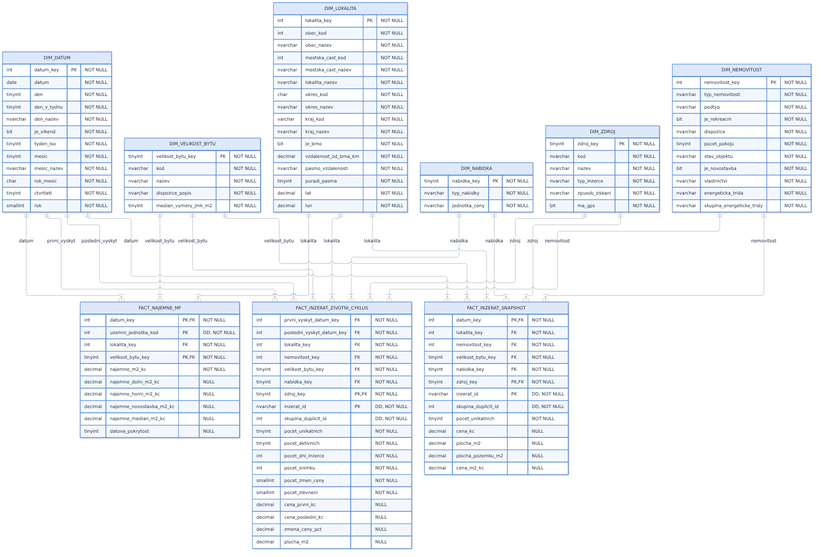
Before: docs/dimenzionalni-model/diagram_inzeraty.png, a diagram exported from Mermaid (pjunak/BIDS-data-scraper). Its source is kept beside it as docs/dimenzionalni-model/diagram_inzeraty.mmd.
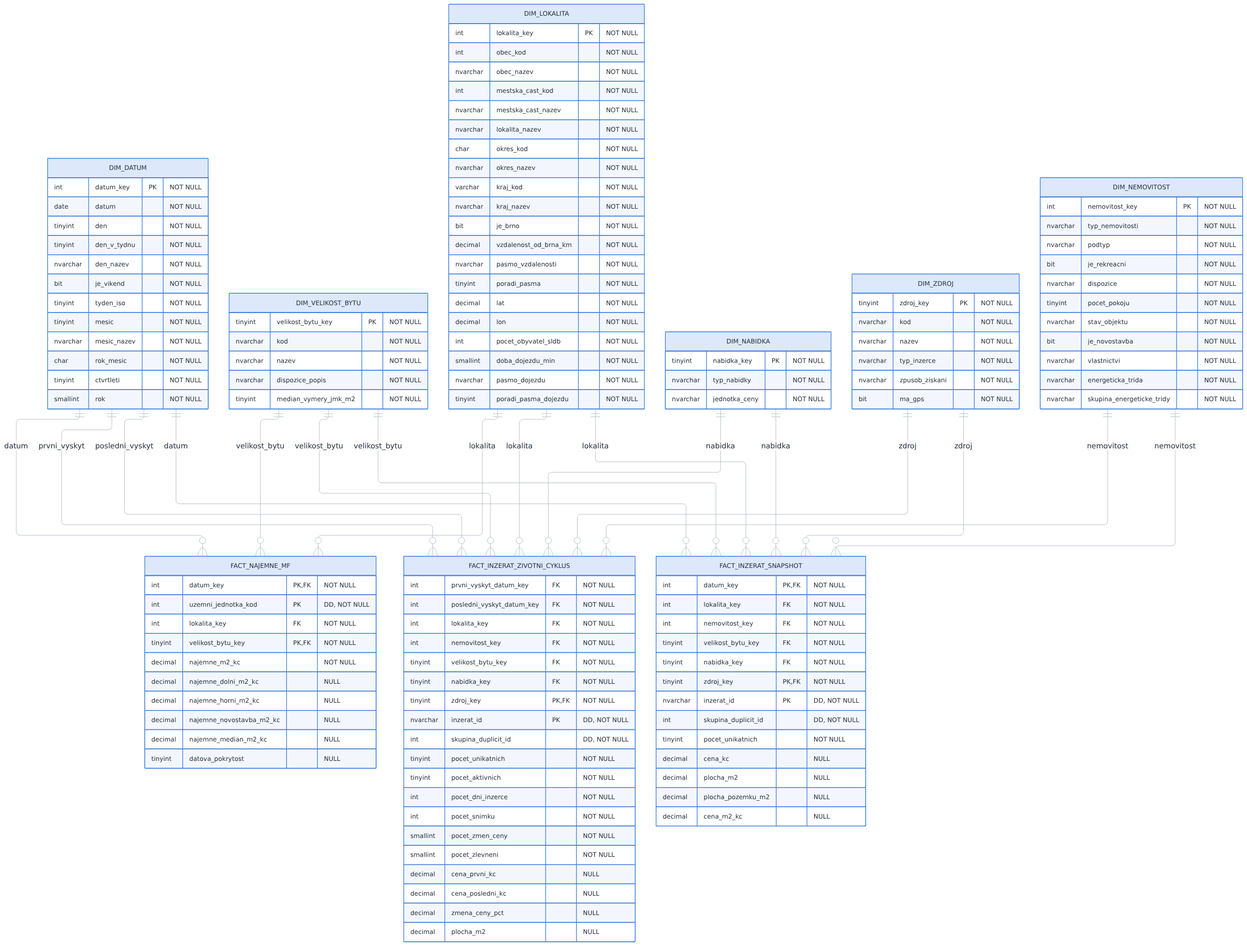
Later version of the same file.

What changed in the source:
```diff
@@ -30,6 +30,10 @@
         tinyint poradi_pasma "NOT NULL"
         decimal lat "NOT NULL"
         decimal lon "NOT NULL"
+        int pocet_obyvatel_sldb "NOT NULL"
+        smallint doba_dojezdu_min "NOT NULL"
+        nvarchar pasmo_dojezdu "NOT NULL"
+        tinyint poradi_pasma_dojezdu "NOT NULL"
     }
     DIM_VELIKOST_BYTU {
         tinyint velikost_bytu_key PK "NOT NULL"
@@ -112,19 +116,19 @@
         decimal najemne_median_m2_kc "NULL"
         tinyint datova_pokrytost "NULL"
     }
-    DIM_DATUM ||--|{ FACT_INZERAT_SNAPSHOT : "datum"
-    DIM_LOKALITA ||--|{ FACT_INZERAT_SNAPSHOT : "lokalita"
-    DIM_NEMOVITOST ||--|{ FACT_INZERAT_SNAPSHOT : "nemovitost"
-    DIM_VELIKOST_BYTU ||--|{ FACT_INZERAT_SNAPSHOT : "velikost_bytu"
-    DIM_NABIDKA ||--|{ FACT_INZERAT_SNAPSHOT : "nabidka"
-    DIM_ZDROJ ||--|{ FACT_INZERAT_SNAPSHOT : "zdroj"
-    DIM_DATUM ||--|{ FACT_INZERAT_ZIVOTNI_CYKLUS : "prvni_vyskyt"
-    DIM_DATUM ||--|{ FACT_INZERAT_ZIVOTNI_CYKLUS : "posledni_vyskyt"
-    DIM_LOKALITA ||--|{ FACT_INZERAT_ZIVOTNI_CYKLUS : "lokalita"
-    DIM_NEMOVITOST ||--|{ FACT_INZERAT_ZIVOTNI_CYKLUS : "nemovitost"
-    DIM_VELIKOST_BYTU ||--|{ FACT_INZERAT_ZIVOTNI_CYKLUS : "velikost_bytu"
-    DIM_NABIDKA ||--|{ FACT_INZERAT_ZIVOTNI_CYKLUS : "nabidka"
-    DIM_ZDROJ ||--|{ FACT_INZERAT_ZIVOTNI_CYKLUS : "zdroj"
-    DIM_DATUM ||--|{ FACT_NAJEMNE_MF : "datum"
-    DIM_LOKALITA ||--|{ FACT_NAJEMNE_MF : "lokalita"
-    DIM_VELIKOST_BYTU ||--|{ FACT_NAJEMNE_MF : "velikost_bytu"
+    DIM_DATUM ||--o{ FACT_INZERAT_SNAPSHOT : "datum"
+    DIM_LOKALITA ||--o{ FACT_INZERAT_SNAPSHOT : "lokalita"
+    DIM_NEMOVITOST ||--o{ FACT_INZERAT_SNAPSHOT : "nemovitost"
+    DIM_VELIKOST_BYTU ||--o{ FACT_INZERAT_SNAPSHOT : "velikost_bytu"
+    DIM_NABIDKA ||--o{ FACT_INZERAT_SNAPSHOT : "nabidka"
+    DIM_ZDROJ ||--o{ FACT_INZERAT_SNAPSHOT : "zdroj"
+    DIM_DATUM ||--o{ FACT_INZERAT_ZIVOTNI_CYKLUS : "prvni_vyskyt"
+    DIM_DATUM ||--o{ FACT_INZERAT_ZIVOTNI_CYKLUS : "posledni_vyskyt"
+    DIM_LOKALITA ||--o{ FACT_INZERAT_ZIVOTNI_CYKLUS : "lokalita"
+    DIM_NEMOVITOST ||--o{ FACT_INZERAT_ZIVOTNI_CYKLUS : "nemovitost"
+    DIM_VELIKOST_BYTU ||--o{ FACT_INZERAT_ZIVOTNI_CYKLUS : "velikost_bytu"
+    DIM_NABIDKA ||--o{ FACT_INZERAT_ZIVOTNI_CYKLUS : "nabidka"
+    DIM_ZDROJ ||--o{ FACT_INZERAT_ZIVOTNI_CYKLUS : "zdroj"
+    DIM_DATUM ||--o{ FACT_NAJEMNE_MF : "datum"
+    DIM_LOKALITA ||--o{ FACT_NAJEMNE_MF : "lokalita"
+    DIM_VELIKOST_BYTU ||--o{ FACT_NAJEMNE_MF : "velikost_bytu"
```
